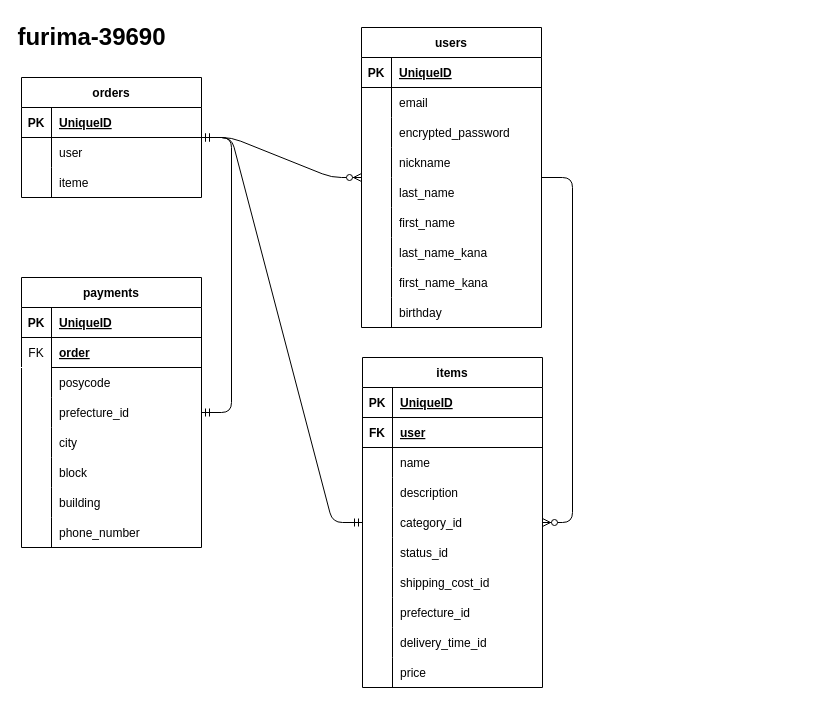
Above: .drawio in forumforum/furima-39690 (draw.io), before the change. Source tidied: cells renumbered, new cells numbered last; positions are measured from the earlier drawing's top-left corner, leaving out a move shared by most shapes. Both pictures are drawn from the tidied source at 100%, with x=0, y=0 at pixel (21, 17).
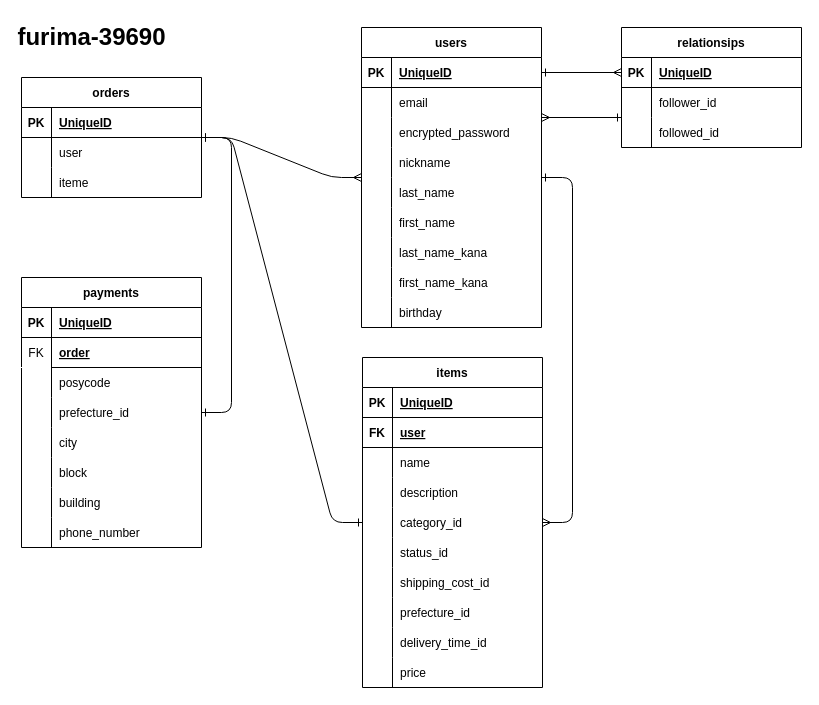
The same page after the edit.

Commit message:
フォローテーブルのEQ図追加

Unchanged cells that the change refers to:
```xml
<mxCell id="3" value="users" style="shape=table;startSize=30;childLayout=tableLayout;rowLines=0;fontStyle=1;align=center;" parent="1" vertex="1">
  <mxGeometry x="340" y="10" width="180" height="300" as="geometry" />
</mxCell>
<mxCell id="31" value="items" style="shape=table;startSize=30;childLayout=tableLayout;rowLines=0;fontStyle=1;align=center;" parent="1" vertex="1">
  <mxGeometry x="341" y="340" width="180" height="330" as="geometry" />
</mxCell>
<mxCell id="62" value="payments" style="shape=table;startSize=30;childLayout=tableLayout;rowLines=0;fontStyle=1;align=center;swimlaneFillColor=none;" parent="1" vertex="1">
  <mxGeometry y="260" width="180" height="270" as="geometry" />
</mxCell>
<mxCell id="87" value="orders" style="shape=table;startSize=30;childLayout=tableLayout;rowLines=0;fontStyle=1;align=center;" parent="1" vertex="1">
  <mxGeometry y="60" width="180" height="120" as="geometry" />
</mxCell>
```

What changed in the source:
```diff
@@
-    <mxCell id="97" style="edgeStyle=entityRelationEdgeStyle;fontSize=12;html=1;endArrow=ERmandOne;startArrow=ERmandOne;" parent="1" edge="1" source="87" target="62">
+    <mxCell id="97" style="edgeStyle=entityRelationEdgeStyle;fontSize=12;html=1;endArrow=ERone;startArrow=ERone;startFill=0;endFill=0;" parent="1" edge="1" source="87" target="62">
       <mxGeometry relative="1" as="geometry" />
     </mxCell>
-    <mxCell id="98" style="edgeStyle=entityRelationEdgeStyle;fontSize=12;html=1;endArrow=ERmandOne;startArrow=ERmandOne;" parent="1" edge="1" source="87" target="31">
+    <mxCell id="98" style="edgeStyle=entityRelationEdgeStyle;fontSize=12;html=1;endArrow=ERone;startArrow=ERone;startFill=0;endFill=0;" parent="1" edge="1" source="87" target="31">
       <mxGeometry relative="1" as="geometry" />
     </mxCell>
-    <mxCell id="99" style="edgeStyle=entityRelationEdgeStyle;fontSize=12;html=1;endArrow=ERzeroToMany;endFill=1;" parent="1" edge="1" source="3" target="31">
+    <mxCell id="99" style="edgeStyle=entityRelationEdgeStyle;fontSize=12;html=1;endArrow=ERmany;endFill=0;startArrow=ERone;startFill=0;" parent="1" edge="1" source="3" target="31">
       <mxGeometry relative="1" as="geometry" />
     </mxCell>
-    <mxCell id="100" style="edgeStyle=entityRelationEdgeStyle;fontSize=12;html=1;endArrow=ERzeroToMany;endFill=1;" parent="1" edge="1" source="87" target="3">
+    <mxCell id="100" style="edgeStyle=entityRelationEdgeStyle;fontSize=12;html=1;endArrow=ERmany;endFill=0;startArrow=ERone;startFill=0;" parent="1" edge="1" source="87" target="3">
       <mxGeometry relative="1" as="geometry" />
     </mxCell>
+    <mxCell id="101" value="relationsips" style="shape=table;startSize=30;childLayout=tableLayout;rowLines=0;fontStyle=1;align=center;" parent="1" vertex="1">
+      <mxGeometry x="600" y="10" width="180" height="120" as="geometry" />
+    </mxCell>
+    <mxCell id="102" style="shape=tableRow;horizontal=0;startSize=0;swimlaneHead=0;swimlaneBody=0;fillColor=none;top=0;left=0;right=0;bottom=1;" parent="101" vertex="1">
+      <mxGeometry y="30" width="180" height="30" as="geometry" />
+    </mxCell>
+    <mxCell id="103" value="PK" style="shape=partialRectangle;fillColor=none;top=0;left=0;bottom=0;right=0;fontStyle=1;overflow=hidden;" parent="102" vertex="1">
+      <mxGeometry width="30" height="30" as="geometry" />
+    </mxCell>
+    <mxCell id="104" value="UniqueID" style="shape=partialRectangle;fillColor=none;top=0;left=0;bottom=0;right=0;align=left;spacingLeft=6;fontStyle=5;overflow=hidden;" parent="102" vertex="1">
+      <mxGeometry x="30" width="150" height="30" as="geometry" />
+    </mxCell>
+    <mxCell id="105" style="shape=tableRow;horizontal=0;startSize=0;swimlaneHead=0;swimlaneBody=0;fillColor=none;top=0;left=0;right=0;bottom=0;" parent="101" vertex="1">
+      <mxGeometry y="60" width="180" height="30" as="geometry" />
+    </mxCell>
+    <mxCell id="106" style="shape=partialRectangle;fillColor=none;top=0;left=0;bottom=0;right=0;overflow=hidden;" parent="105" vertex="1">
+      <mxGeometry width="30" height="30" as="geometry" />
+    </mxCell>
+    <mxCell id="107" value="follower_id" style="shape=partialRectangle;fillColor=none;top=0;left=0;bottom=0;right=0;align=left;spacingLeft=6;overflow=hidden;" parent="105" vertex="1">
+      <mxGeometry x="30" width="150" height="30" as="geometry" />
+    </mxCell>
+    <mxCell id="108" style="shape=tableRow;horizontal=0;startSize=0;swimlaneHead=0;swimlaneBody=0;fillColor=none;top=0;left=0;right=0;bottom=0;" parent="101" vertex="1">
+      <mxGeometry y="90" width="180" height="30" as="geometry" />
+    </mxCell>
+    <mxCell id="109" style="shape=partialRectangle;fillColor=none;top=0;left=0;bottom=0;right=0;overflow=hidden;" parent="108" vertex="1">
+      <mxGeometry width="30" height="30" as="geometry" />
+    </mxCell>
+    <mxCell id="110" value="followed_id" style="shape=partialRectangle;fillColor=none;top=0;left=0;bottom=0;right=0;align=left;spacingLeft=6;overflow=hidden;" parent="108" vertex="1">
+      <mxGeometry x="30" width="150" height="30" as="geometry" />
+    </mxCell>
+    <mxCell id="111" style="endArrow=ERmany;html=1;rounded=0;startArrow=ERone;startFill=0;endFill=0;" parent="1" edge="1">
+      <mxGeometry relative="1" as="geometry">
+        <mxPoint x="520" y="55" as="sourcePoint" />
+        <mxPoint x="600" y="55" as="targetPoint" />
+      </mxGeometry>
+    </mxCell>
+    <mxCell id="112" style="endArrow=ERone;html=1;rounded=0;startArrow=ERmany;startFill=0;endFill=0;" parent="1" edge="1">
+      <mxGeometry relative="1" as="geometry">
+        <mxPoint x="520" y="100" as="sourcePoint" />
+        <mxPoint x="600" y="100" as="targetPoint" />
+      </mxGeometry>
+    </mxCell>
```
